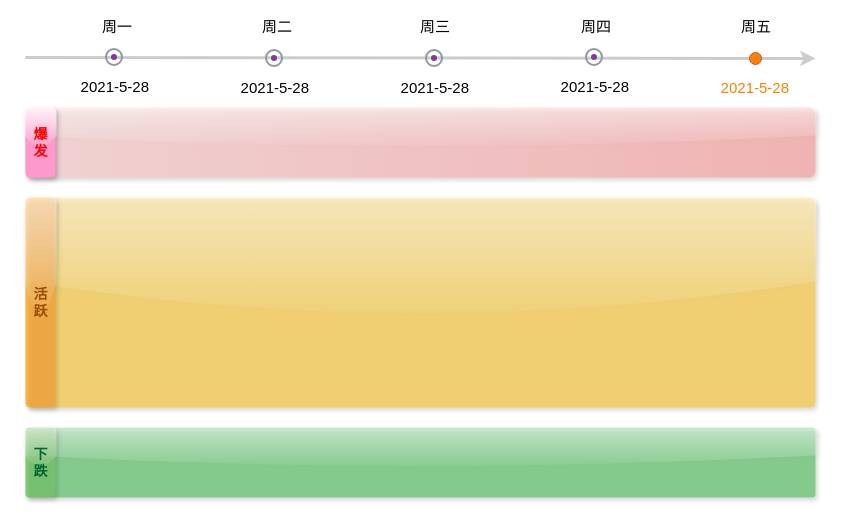
Earlier version of the draw.io diagram review/2021.5.31-Mon.drawio (ClaytonWang/stock-review). Source tidied: cells renumbered, new cells numbered last; positions are measured from the earlier drawing's top-left corner, leaving out a move shared by most shapes. Both pictures are drawn from the tidied source at 100%, with x=0, y=0 at pixel (25, 37).
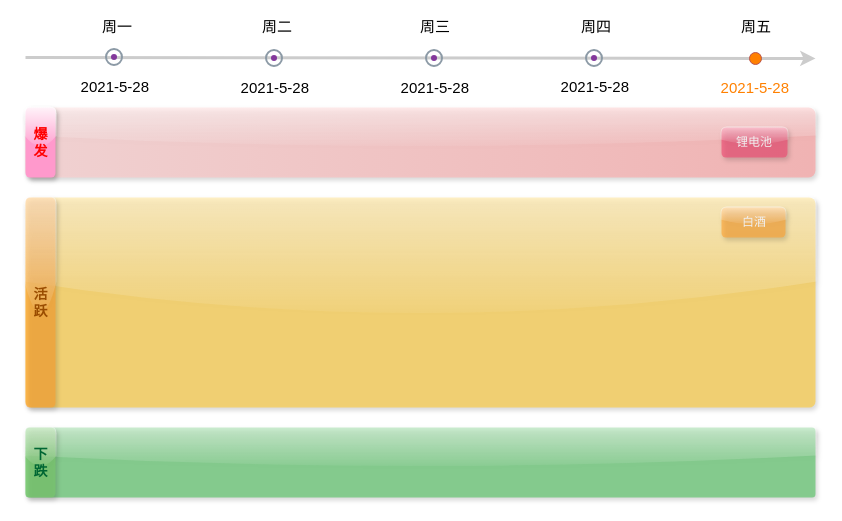
The same diagram, later.

What changed in the source:
```diff
@@
     <mxCell id="14" style="perimeter=ellipsePerimeter;html=1;align=right;fontSize=12;verticalAlign=bottom;fontColor=#364149;shadow=0;dashed=0;image;image=img/lib/cumulus/netq_agent.svg;horizontal=1;strokeWidth=1;" parent="1" vertex="1">
-      <mxGeometry x="560" y="11" width="18" height="18" as="geometry" />
+      <mxGeometry x="560" y="12" width="18" height="18" as="geometry" />
     </mxCell>
@@
+    <mxCell id="27" style="fillColor=#F1446F;strokeColor=none;rounded=1;shadow=1;glass=1;labelBackgroundColor=#2A2A2A;fontSize=13;fontColor=#994C00;opacity=60;" parent="1" vertex="1">
+      <mxGeometry x="696" y="90" width="66" height="30" as="geometry" />
+    </mxCell>
+    <mxCell id="28" value="锂电池" style="edgeLabel;align=right;verticalAlign=bottom;fontSize=12;horizontal=1;labelBackgroundColor=none;fontColor=#F0F0F0;" parent="1" vertex="1">
+      <mxGeometry x="748" y="113" as="geometry" />
+    </mxCell>
+    <mxCell id="29" style="fillColor=#FFA12D;strokeColor=none;rounded=1;shadow=1;glass=1;labelBackgroundColor=none;fontSize=12;fontColor=#F0F0F0;opacity=60;html=0;" parent="1" vertex="1">
+      <mxGeometry x="696" y="170" width="64" height="30" as="geometry" />
+    </mxCell>
+    <mxCell id="30" value="白酒" style="edgeLabel;align=right;verticalAlign=bottom;fontSize=12;horizontal=1;labelBackgroundColor=none;fontColor=#F0F0F0;" parent="1" vertex="1">
+      <mxGeometry x="742" y="193" as="geometry" />
+    </mxCell>
```
